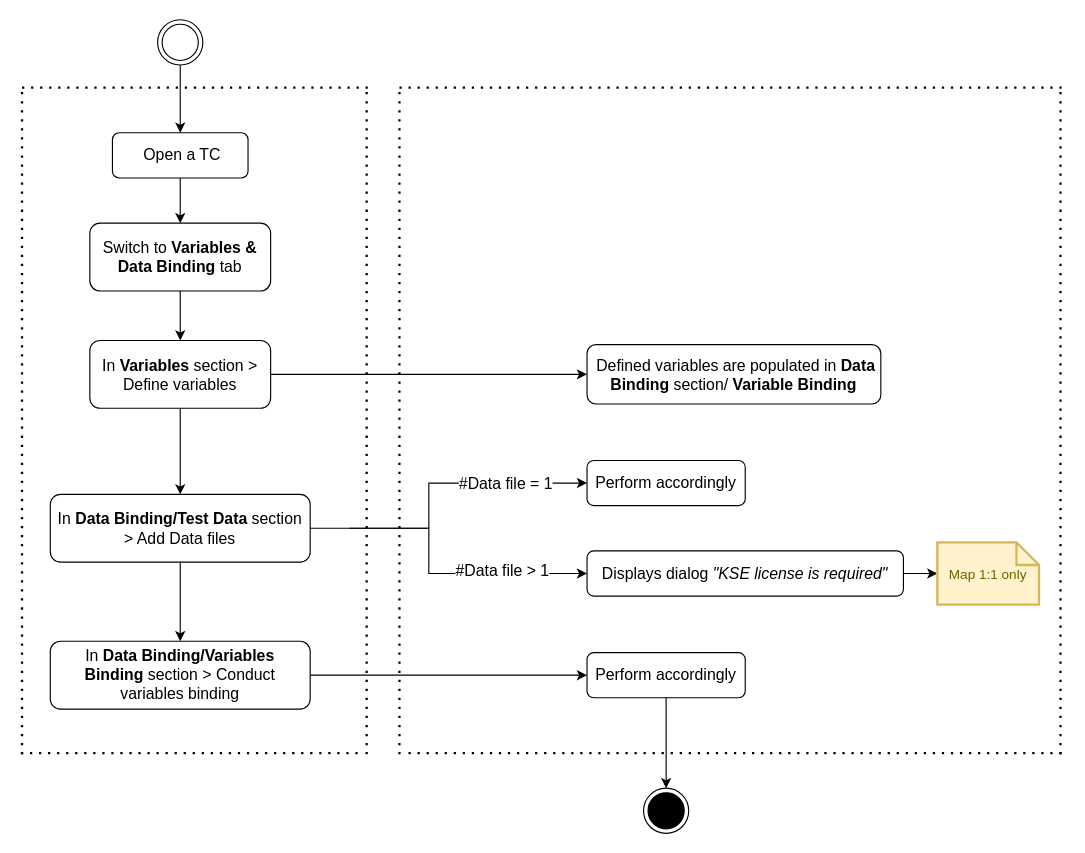
This is flowchart.drawio from nhpthuy/chart, a draw.io file, before an edit. Source tidied: cells renumbered, new cells numbered last; positions are measured from the earlier drawing's top-left corner, leaving out a move shared by most shapes. Both pictures are drawn from the tidied source at 113%, with x=0, y=0 at pixel (20, 19).
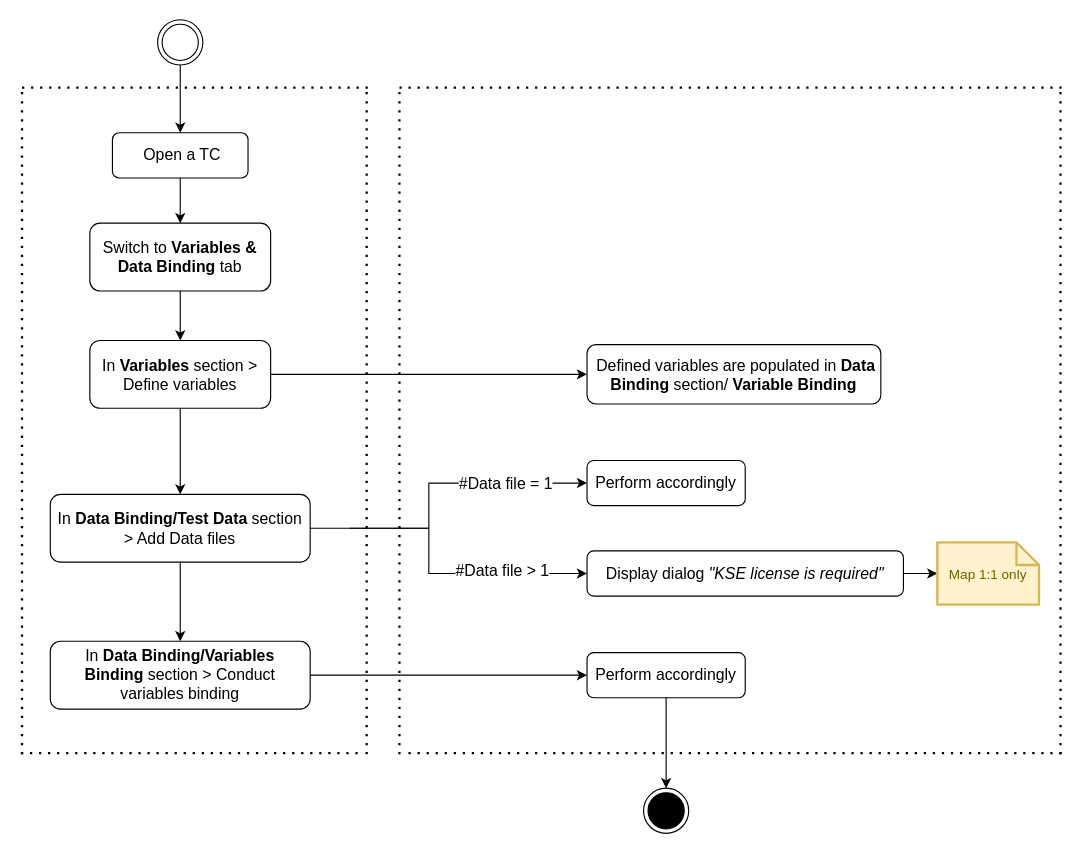
After the change.

Diff of the diagram source:
```diff
@@
-    <mxCell id="20" value="&lt;p&gt;Displays dialog &lt;i&gt;&quot;KSE&amp;nbsp;&lt;span&gt;license is required&lt;/span&gt;&lt;span&gt;&quot;&lt;/span&gt;&lt;/i&gt;&lt;/p&gt;" style="rounded=1;whiteSpace=wrap;html=1;fontSize=14;glass=0;strokeWidth=1;shadow=0;" parent="1" vertex="1">
+    <mxCell id="20" value="&lt;p&gt;Display dialog &lt;i&gt;&quot;KSE&amp;nbsp;&lt;span&gt;license is required&lt;/span&gt;&lt;span&gt;&quot;&lt;/span&gt;&lt;/i&gt;&lt;/p&gt;" style="rounded=1;whiteSpace=wrap;html=1;fontSize=14;glass=0;strokeWidth=1;shadow=0;" parent="1" vertex="1">
       <mxGeometry x="501" y="470" width="280" height="40" as="geometry" />
     </mxCell>
```
